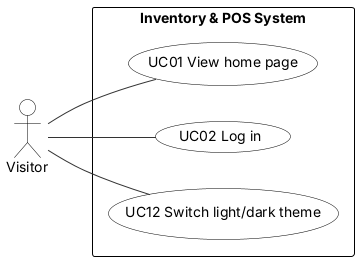
Above: diagrams/uml/16_actor_visitor.png in JmlAsync/inventory-pos-system (PlantUML), before the change. Source of this version:
```plantuml
@startuml
skinparam defaultFontName Arial
skinparam shadowing false
skinparam ArrowColor #333333
skinparam rectangle {
  BackgroundColor White
  BorderColor Black
}
skinparam usecase {
  BackgroundColor White
  BorderColor Black
}
skinparam class {
  BackgroundColor White
  BorderColor Black
  HeaderBackgroundColor #E6F1EE
}
skinparam activity {
  BackgroundColor White
  BorderColor Black
}
skinparam state {
  BackgroundColor White
  BorderColor Black
}
skinparam sequence {
  ParticipantBackgroundColor White
  ParticipantBorderColor Black
  LifeLineBorderColor #888888
  ActorBorderColor Black
  ActorBackgroundColor White
}
skinparam note {
  BackgroundColor #FFFBEA
  BorderColor #C9B458
}
skinparam swimlaneWidth same
hide circle

left to right direction
actor "Visitor" as A
rectangle "Inventory & POS System" {
  usecase "UC01 View home page" as U0
  usecase "UC02 Log in" as U1
  usecase "UC12 Switch light/dark theme" as U2
}
A -- U0
A -- U1
A -- U2
@enduml
```
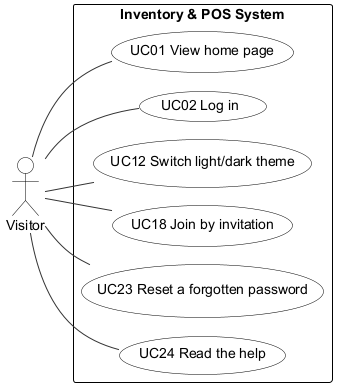
Above is the later version.

Diff of the diagram source:
```diff
@@ -1,4 +1,5 @@
 @startuml
+!pragma layout smetana
 skinparam defaultFontName Arial
 skinparam shadowing false
 skinparam ArrowColor #333333
@@ -40,11 +41,17 @@
 left to right direction
 actor "Visitor" as A
 rectangle "Inventory & POS System" {
-  usecase "UC01 View home page" as U0
-  usecase "UC02 Log in" as U1
-  usecase "UC12 Switch light/dark theme" as U2
+  usecase "UC01 View home page" as UC01
+  usecase "UC02 Log in" as UC02
+  usecase "UC12 Switch light/dark theme" as UC12
+  usecase "UC18 Join by invitation" as UC18
+  usecase "UC23 Reset a forgotten password" as UC23
+  usecase "UC24 Read the help" as UC24
 }
-A -- U0
-A -- U1
-A -- U2
+A -- UC01
+A -- UC02
+A -- UC12
+A -- UC18
+A -- UC23
+A -- UC24
 @enduml
```
